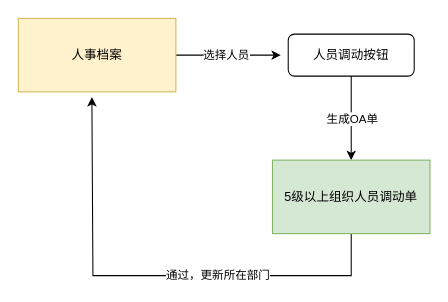
Earlier version of the draw.io diagram 6级及以上组织人员调动业务流程图.drawio (pbm0802/GitIDEATest). Source tidied: cells renumbered, new cells numbered last; positions are measured from the earlier drawing's top-left corner, leaving out a move shared by most shapes. Both pictures are drawn from the tidied source at 105%, with x=0, y=0 at pixel (18, 18).
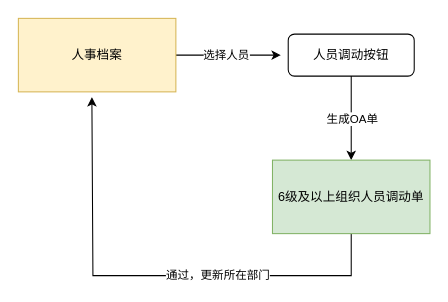
After the change.

Commit message:
更新6级及以上组织人员调动业务流程图.drawio

Change to the diagram source:
```diff
@@
 <mxGraphModel>
   <root>
     <mxCell id="0" />
     <mxCell id="1" parent="0" />
     <mxCell id="2" style="edgeStyle=orthogonalEdgeStyle;rounded=0;jettySize=auto;html=1;exitX=1;exitY=0.5;exitDx=0;exitDy=0;" parent="1" edge="1" source="4">
       <mxGeometry relative="1" as="geometry">
         <mxPoint x="250" y="35" as="targetPoint" />
       </mxGeometry>
     </mxCell>
     <mxCell id="3" value="选择人员" style="edgeLabel;html=1;align=center;verticalAlign=middle;" parent="2" vertex="1">
       <mxGeometry x="-0.06" y="1" relative="1" as="geometry" />
     </mxCell>
     <mxCell id="4" value="人事档案" style="rounded=0;whiteSpace=wrap;html=1;fillColor=#fff2cc;strokeColor=#d6b656;" parent="1" vertex="1">
       <mxGeometry width="150" height="70" as="geometry" />
     </mxCell>
     <mxCell id="5" style="edgeStyle=orthogonalEdgeStyle;rounded=0;jettySize=auto;html=1;exitX=0.5;exitY=1;exitDx=0;exitDy=0;entryX=0.5;entryY=0;entryDx=0;entryDy=0;" parent="1" edge="1" source="7">
       <mxGeometry relative="1" as="geometry">
         <mxPoint x="317" y="135" as="targetPoint" />
       </mxGeometry>
     </mxCell>
     <mxCell id="6" value="生成OA单" style="edgeLabel;html=1;align=center;verticalAlign=middle;" parent="5" vertex="1">
       <mxGeometry x="-0.32" y="3" relative="1" as="geometry">
         <mxPoint x="-3" y="13" as="offset" />
       </mxGeometry>
     </mxCell>
     <mxCell id="7" value="人员调动按钮" style="rounded=1;whiteSpace=wrap;html=1;fontSize=12;glass=0;strokeWidth=1;shadow=0;" parent="1" vertex="1">
       <mxGeometry x="257" y="15" width="120" height="40" as="geometry" />
     </mxCell>
     <mxCell id="8" style="edgeStyle=orthogonalEdgeStyle;rounded=0;jettySize=auto;html=1;exitX=0.5;exitY=1;exitDx=0;exitDy=0;" parent="1" edge="1" source="10">
       <mxGeometry relative="1" as="geometry">
         <mxPoint x="70" y="75" as="targetPoint" />
         <Array as="points">
           <mxPoint x="317" y="245" />
           <mxPoint x="71" y="245" />
         </Array>
       </mxGeometry>
     </mxCell>
     <mxCell id="9" value="通过，更新所在部门" style="edgeLabel;html=1;align=center;verticalAlign=middle;" parent="8" vertex="1">
       <mxGeometry x="-0.4" y="-1" relative="1" as="geometry">
         <mxPoint x="-31" as="offset" />
       </mxGeometry>
     </mxCell>
-    <mxCell id="10" value="5级以上组织人员调动单" style="rounded=0;whiteSpace=wrap;html=1;fillColor=#d5e8d4;strokeColor=#82b366;" parent="1" vertex="1">
+    <mxCell id="10" value="6级及以上组织人员调动单" style="rounded=0;whiteSpace=wrap;html=1;fillColor=#d5e8d4;strokeColor=#82b366;" parent="1" vertex="1">
       <mxGeometry x="242" y="135" width="150" height="70" as="geometry" />
     </mxCell>
   </root>
 </mxGraphModel>
```
